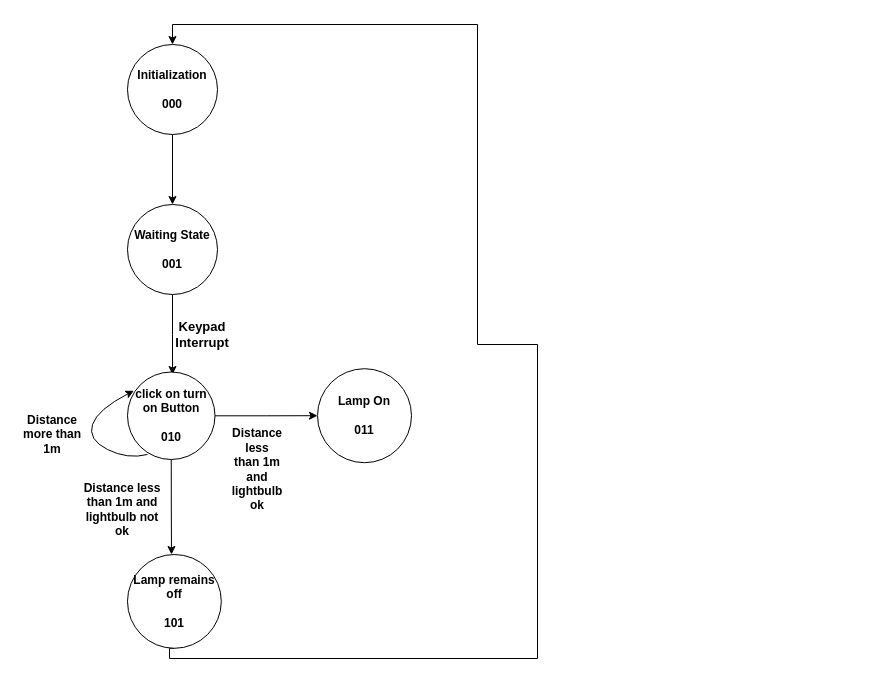
The draw.io diagram SmartHomeASM.drawio in LaMentaAzul/SmartHomeVerilog, before the edit. Source tidied: cells renumbered, new cells numbered last; positions are measured from the earlier drawing's top-left corner, leaving out a move shared by most shapes. Both pictures are drawn from the tidied source at 100%, with x=0, y=0 at pixel (17, 24).
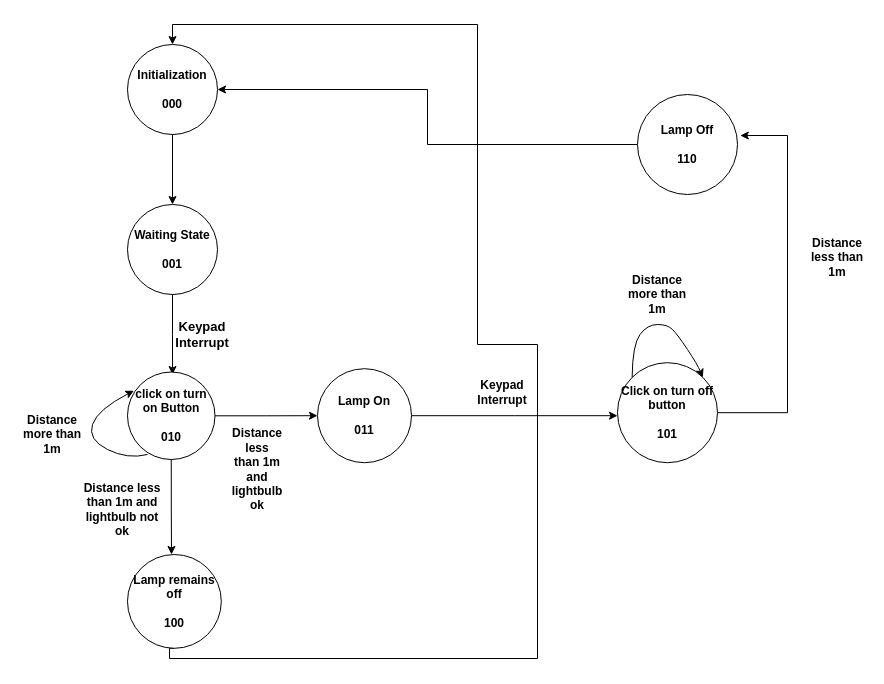
The same page after the edit.

The change refers to these unchanged cells:
```xml
<mxCell id="3" value="&lt;b&gt;Initialization&lt;br&gt;&lt;br&gt;000&lt;/b&gt;" style="ellipse;whiteSpace=wrap;html=1;" parent="1" vertex="1">
  <mxGeometry x="110" y="20" width="90" height="90" as="geometry" />
</mxCell>
<mxCell id="12" value="&lt;b&gt;Lamp On&lt;br&gt;&lt;br&gt;011&lt;/b&gt;" style="ellipse;whiteSpace=wrap;html=1;" parent="1" vertex="1">
  <mxGeometry x="300" y="344.2" width="94" height="94" as="geometry" />
</mxCell>
```

Diff of the diagram source:
```diff
@@
+    <mxCell id="17" style="edgeStyle=orthogonalEdgeStyle;rounded=0;jettySize=auto;html=1;" parent="1" edge="1" source="12">
+      <mxGeometry relative="1" as="geometry">
+        <mxPoint x="600" y="391.2" as="targetPoint" />
+      </mxGeometry>
+    </mxCell>
@@
-    <mxCell id="15" value="&lt;b&gt;Lamp remains off&lt;br&gt;&lt;br&gt;101&lt;/b&gt;" style="ellipse;whiteSpace=wrap;html=1;" parent="1" vertex="1">
+    <mxCell id="15" value="&lt;b&gt;Lamp remains off&lt;br&gt;&lt;br&gt;100&lt;/b&gt;" style="ellipse;whiteSpace=wrap;html=1;" parent="1" vertex="1">
       <mxGeometry x="110" y="530" width="93.8" height="93.8" as="geometry" />
     </mxCell>
@@
+    <mxCell id="18" style="edgeStyle=orthogonalEdgeStyle;rounded=0;jettySize=auto;html=1;exitX=1;exitY=0.5;exitDx=0;exitDy=0;entryX=1.028;entryY=0.41;entryDx=0;entryDy=0;entryPerimeter=0;" parent="1" edge="1" source="19" target="24">
+      <mxGeometry relative="1" as="geometry">
+        <Array as="points">
+          <mxPoint x="770" y="388" />
+          <mxPoint x="770" y="111" />
+        </Array>
+      </mxGeometry>
+    </mxCell>
+    <mxCell id="19" value="&lt;b&gt;Click on turn off button&lt;br&gt;&lt;br&gt;101&lt;/b&gt;" style="ellipse;whiteSpace=wrap;html=1;" parent="1" vertex="1">
+      <mxGeometry x="600" y="338.2" width="100" height="100" as="geometry" />
+    </mxCell>
+    <mxCell id="20" value="&lt;b&gt;Keypad Interrupt&lt;/b&gt;" style="text;html=1;strokeColor=none;fillColor=none;align=center;verticalAlign=middle;whiteSpace=wrap;rounded=0;" parent="1" vertex="1">
+      <mxGeometry x="460" y="350" width="50" height="35" as="geometry" />
+    </mxCell>
+    <mxCell id="21" style="curved=1;endArrow=classic;html=1;entryX=1;entryY=0;entryDx=0;entryDy=0;exitX=0;exitY=0;exitDx=0;exitDy=0;" parent="1" edge="1" source="19" target="19">
+      <mxGeometry relative="1" as="geometry">
+        <Array as="points">
+          <mxPoint x="615" y="320" />
+          <mxPoint x="630" y="300" />
+          <mxPoint x="650" y="300" />
+          <mxPoint x="660" y="310" />
+          <mxPoint x="680" y="340" />
+        </Array>
+      </mxGeometry>
+    </mxCell>
+    <mxCell id="22" value="&lt;b&gt;Distance more than 1m&lt;/b&gt;" style="text;html=1;strokeColor=none;fillColor=none;align=center;verticalAlign=middle;whiteSpace=wrap;rounded=0;" parent="1" vertex="1">
+      <mxGeometry x="610" y="250" width="60" height="40" as="geometry" />
+    </mxCell>
+    <mxCell id="23" style="edgeStyle=orthogonalEdgeStyle;rounded=0;jettySize=auto;html=1;" parent="1" edge="1" source="24" target="3">
+      <mxGeometry relative="1" as="geometry" />
+    </mxCell>
+    <mxCell id="24" value="&lt;b&gt;Lamp Off&lt;br&gt;&lt;br&gt;110&lt;/b&gt;" style="ellipse;whiteSpace=wrap;html=1;" parent="1" vertex="1">
+      <mxGeometry x="620" y="70" width="100" height="100" as="geometry" />
+    </mxCell>
+    <mxCell id="25" value="&lt;b&gt;Distance less than 1m&lt;/b&gt;" style="text;html=1;strokeColor=none;fillColor=none;align=center;verticalAlign=middle;whiteSpace=wrap;rounded=0;" parent="1" vertex="1">
+      <mxGeometry x="790" y="210" width="60" height="45" as="geometry" />
+    </mxCell>
```
